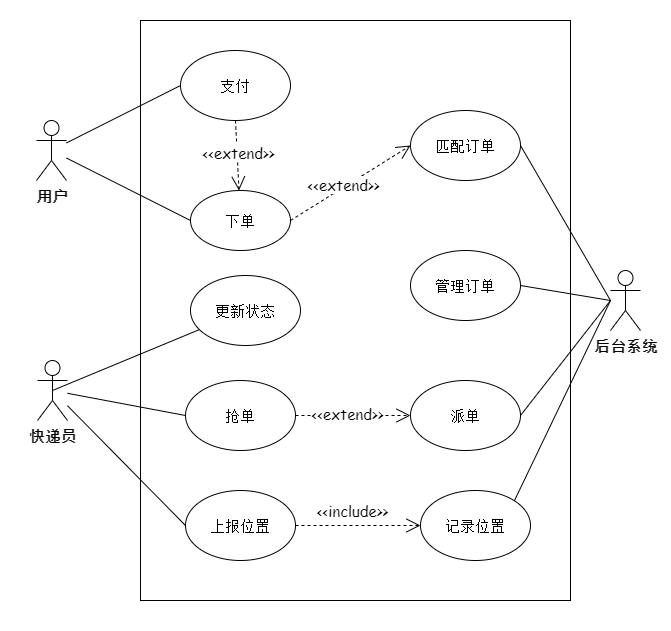
The draw.io diagram final/img/use-case.drawio.png in an-Onion/architect-camp, before a commit. Source tidied: cells renumbered, new cells last; positions are measured from the earlier drawing's top-left corner, leaving out a move shared by most shapes.
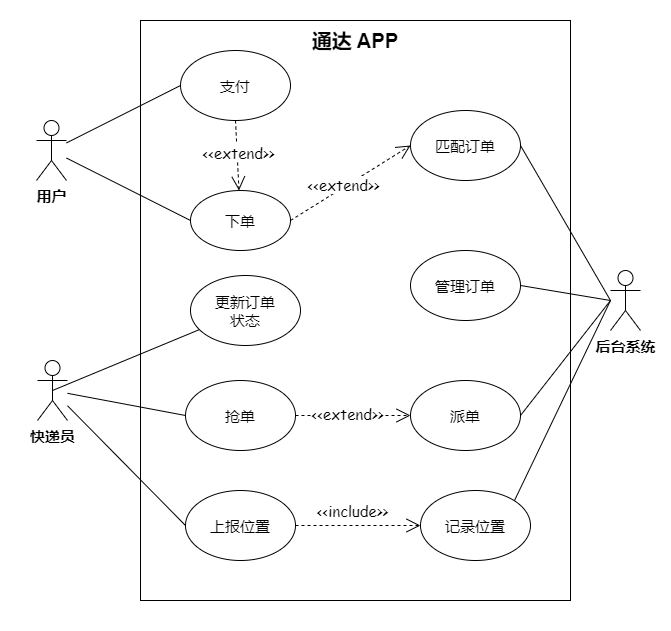
Above is the later version.

Change to the diagram source:
```diff
@@ -76,7 +76,7 @@
         <mxPoint x="610" y="300" as="targetPoint" />
       </mxGeometry>
     </mxCell>
-    <mxCell id="24" value="更新状态" style="ellipse;whiteSpace=wrap;html=1;fontFamily=Comic Sans MS;fontSize=15;" parent="1" vertex="1">
+    <mxCell id="24" value="更新订单&lt;br&gt;状态" style="ellipse;whiteSpace=wrap;html=1;fontFamily=Comic Sans MS;fontSize=15;" parent="1" vertex="1">
       <mxGeometry x="190" y="275" width="110" height="70" as="geometry" />
     </mxCell>
     <mxCell id="25" style="endArrow=none;html=1;fontFamily=Comic Sans MS;fontSize=15;exitX=0.5;exitY=0.5;exitDx=0;exitDy=0;exitPerimeter=0;" parent="1" edge="1" source="5" target="24">
@@ -97,5 +97,8 @@
         <mxPoint x="-1" as="offset" />
       </mxGeometry>
     </mxCell>
+    <mxCell id="29" value="通达&amp;nbsp;APP" style="text;html=1;strokeColor=none;fillColor=none;align=center;verticalAlign=middle;whiteSpace=wrap;rounded=0;fontSize=20;fontStyle=1;" parent="1" vertex="1">
+      <mxGeometry x="310" y="30" width="90" height="20" as="geometry" />
+    </mxCell>
   </root>
 </mxGraphModel>
```
